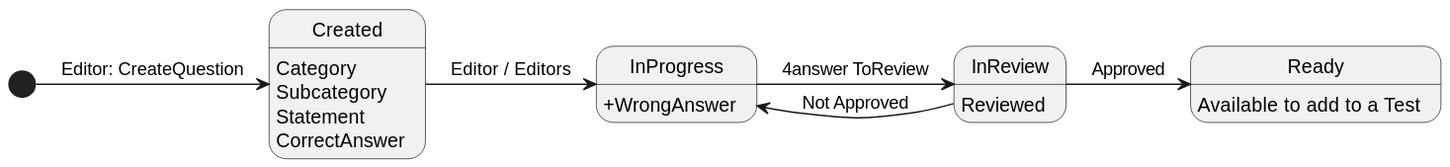
This is out/doc/questionStates/QuestionStates.svg from Joselon/ProyectoOpoTest, a PlantUML export, as it was before one commit. Its diagram source:
```plantuml
@startuml QuestionStates

state Created
state InProgress
state InReview
state Ready

Created :  Category
Created : Subcategory
Created : Statement
Created : CorrectAnswer

InProgress : +WrongAnswer

InReview : Reviewed

Ready : Available to add to a Test

[*] -> Created : Editor: CreateQuestion
Created -> InProgress : Editor / Editors
InProgress -> InReview : 4answer ToReview
InReview -> InProgress : Not Approved
InReview -> Ready : Approved


@enduml
```
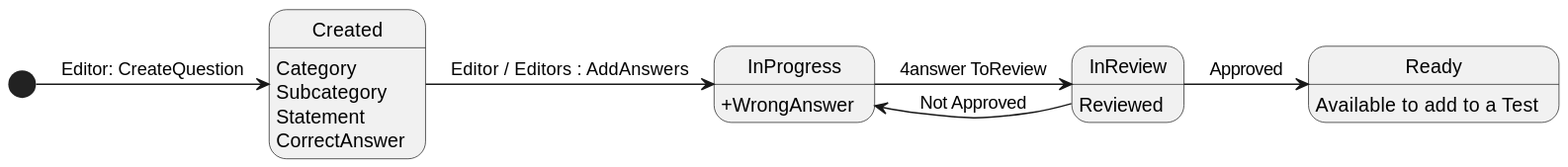
Later version of the same file.

Change to the diagram source:
```diff
@@ -17,7 +17,7 @@
 Ready : Available to add to a Test
 
 [*] -> Created : Editor: CreateQuestion
-Created -> InProgress : Editor / Editors
+Created -> InProgress : Editor / Editors : AddAnswers
 InProgress -> InReview : 4answer ToReview
 InReview -> InProgress : Not Approved
 InReview -> Ready : Approved
```
